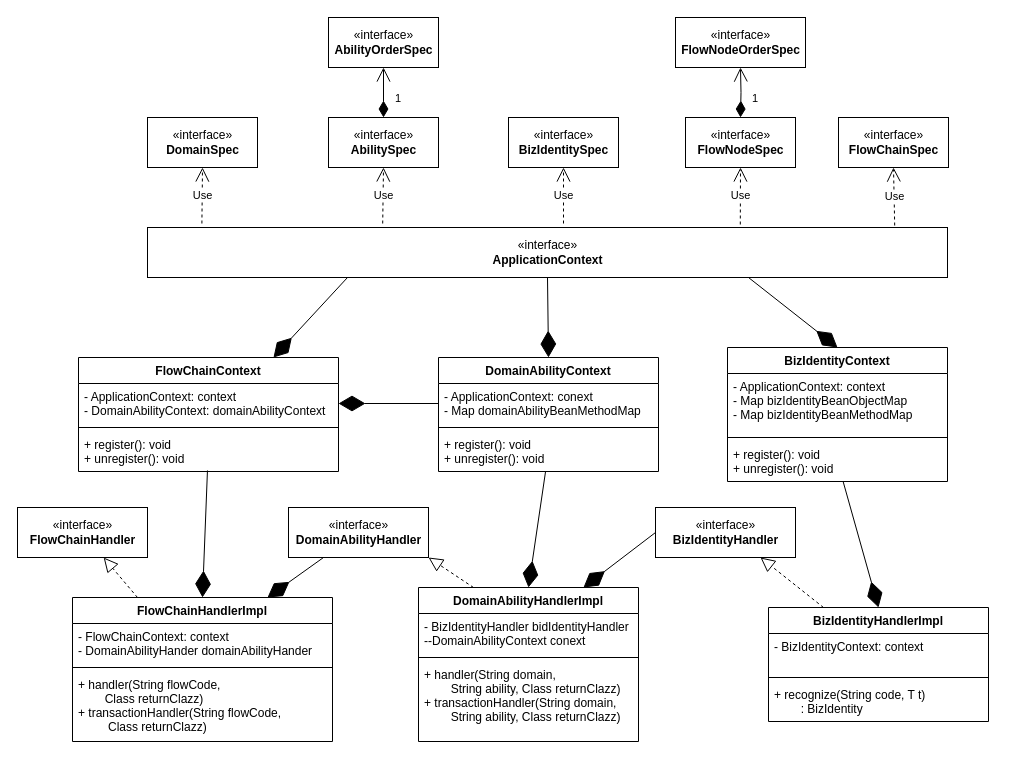
zzqfsy/zzqfsy.github.io keeps this draw.io diagram as draw.io/solf-class-graph.drawio. Above is the earlier version. Source tidied: cells renumbered, new cells numbered last; positions are measured from the earlier drawing's top-left corner, leaving out a move shared by most shapes. Both pictures are drawn from the tidied source at 100%, with x=0, y=0 at pixel (17, 17).
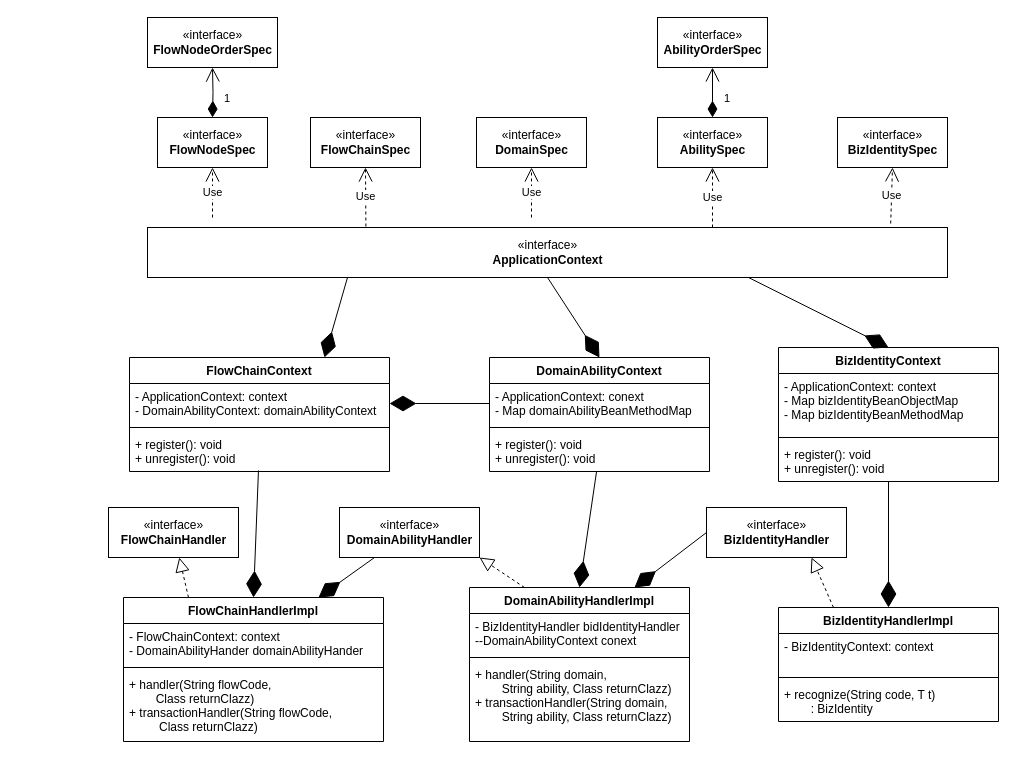
After the change.

Unchanged cells that the change refers to:
```xml
<mxCell id="7" value="«interface»&lt;br&gt;&lt;b&gt;ApplicationContext&lt;/b&gt;" style="html=1;" parent="1" vertex="1">
  <mxGeometry x="130" y="210" width="800" height="50" as="geometry" />
</mxCell>
```

Diff of the diagram source:
```diff
@@
     <mxCell id="2" value="«interface»&lt;br&gt;&lt;b&gt;AbilityOrderSpec&lt;/b&gt;" style="html=1;" parent="1" vertex="1">
-      <mxGeometry x="311" width="110" height="50" as="geometry" />
+      <mxGeometry x="640" width="110" height="50" as="geometry" />
     </mxCell>
     <mxCell id="3" value="«interface»&lt;br&gt;&lt;b&gt;AbilitySpec&lt;/b&gt;" style="html=1;" parent="1" vertex="1">
-      <mxGeometry x="311" y="100" width="110" height="50" as="geometry" />
+      <mxGeometry x="640" y="100" width="110" height="50" as="geometry" />
     </mxCell>
     <mxCell id="4" value="«interface»&lt;br&gt;&lt;b&gt;DomainSpec&lt;/b&gt;" style="html=1;" parent="1" vertex="1">
-      <mxGeometry x="130" y="100" width="110" height="50" as="geometry" />
+      <mxGeometry x="459" y="100" width="110" height="50" as="geometry" />
     </mxCell>
     <mxCell id="5" value="«interface»&lt;br&gt;&lt;b&gt;BizIdentitySpec&lt;/b&gt;" style="html=1;" parent="1" vertex="1">
-      <mxGeometry x="491" y="100" width="110" height="50" as="geometry" />
+      <mxGeometry x="820" y="100" width="110" height="50" as="geometry" />
     </mxCell>
@@
     <mxCell id="8" value="DomainAbilityContext" style="swimlane;fontStyle=1;align=center;verticalAlign=top;horizontal=1;startSize=26;" parent="1" vertex="1">
-      <mxGeometry x="421" y="340" width="220" height="114" as="geometry" />
+      <mxGeometry x="472" y="340" width="220" height="114" as="geometry" />
     </mxCell>
@@
     <mxCell id="12" value="BizIdentityContext" style="swimlane;fontStyle=1;align=center;verticalAlign=top;horizontal=1;startSize=26;" parent="1" vertex="1">
-      <mxGeometry x="710" y="330" width="220" height="134" as="geometry" />
+      <mxGeometry x="761" y="330" width="220" height="134" as="geometry" />
     </mxCell>
@@
     <mxCell id="16" value="DomainAbilityHandlerImpl" style="swimlane;fontStyle=1;align=center;verticalAlign=top;horizontal=1;startSize=26;" parent="1" vertex="1">
-      <mxGeometry x="401" y="570" width="220" height="154" as="geometry" />
+      <mxGeometry x="452" y="570" width="220" height="154" as="geometry" />
     </mxCell>
@@
     <mxCell id="20" value="BizIdentityHandlerImpl" style="swimlane;fontStyle=1;align=center;verticalAlign=top;horizontal=1;startSize=26;" parent="1" vertex="1">
-      <mxGeometry x="751" y="590" width="220" height="114" as="geometry" />
+      <mxGeometry x="761" y="590" width="220" height="114" as="geometry" />
     </mxCell>
@@
     <mxCell id="24" value="«interface»&lt;br&gt;&lt;b&gt;DomainAbilityHandler&lt;br&gt;&lt;/b&gt;" style="html=1;" parent="1" vertex="1">
-      <mxGeometry x="271" y="490" width="140" height="50" as="geometry" />
+      <mxGeometry x="322" y="490" width="140" height="50" as="geometry" />
     </mxCell>
     <mxCell id="25" value="«interface»&lt;br&gt;&lt;b&gt;BizIdentityHandler&lt;br&gt;&lt;/b&gt;" style="html=1;" parent="1" vertex="1">
-      <mxGeometry x="638" y="490" width="140" height="50" as="geometry" />
+      <mxGeometry x="689" y="490" width="140" height="50" as="geometry" />
     </mxCell>
@@
-    <mxCell id="31" value="Use" style="endArrow=open;endSize=12;dashed=1;html=1;rounded=0;exitX=0.068;exitY=-0.08;exitDx=0;exitDy=0;exitPerimeter=0;entryX=0.5;entryY=1;entryDx=0;entryDy=0;" parent="1" edge="1" source="7" target="4">
-      <mxGeometry relative="1" as="geometry" />
+    <mxCell id="31" value="Use" style="endArrow=open;endSize=12;dashed=1;html=1;rounded=0;entryX=0.5;entryY=1;entryDx=0;entryDy=0;" parent="1" edge="1" target="4">
+      <mxGeometry relative="1" as="geometry">
+        <mxPoint x="514" y="200" as="sourcePoint" />
+      </mxGeometry>
     </mxCell>
-    <mxCell id="32" value="Use" style="endArrow=open;endSize=12;dashed=1;html=1;rounded=0;exitX=0.294;exitY=-0.08;exitDx=0;exitDy=0;entryX=0.5;entryY=1;entryDx=0;entryDy=0;exitPerimeter=0;" parent="1" edge="1" source="7" target="3">
-      <mxGeometry relative="1" as="geometry" />
+    <mxCell id="32" value="Use" style="endArrow=open;endSize=12;dashed=1;html=1;rounded=0;entryX=0.5;entryY=1;entryDx=0;entryDy=0;" parent="1" edge="1" target="3">
+      <mxGeometry relative="1" as="geometry">
+        <mxPoint x="695" y="210" as="sourcePoint" />
+      </mxGeometry>
     </mxCell>
-    <mxCell id="33" value="Use" style="endArrow=open;endSize=12;dashed=1;html=1;rounded=0;exitX=0.52;exitY=-0.08;exitDx=0;exitDy=0;exitPerimeter=0;entryX=0.5;entryY=1;entryDx=0;entryDy=0;" parent="1" edge="1" source="7" target="5">
+    <mxCell id="33" value="Use" style="endArrow=open;endSize=12;dashed=1;html=1;rounded=0;exitX=0.929;exitY=-0.08;exitDx=0;exitDy=0;exitPerimeter=0;entryX=0.5;entryY=1;entryDx=0;entryDy=0;" parent="1" edge="1" source="7" target="5">
       <mxGeometry relative="1" as="geometry" />
     </mxCell>
@@
     <mxCell id="36" value="«interface»&lt;br&gt;&lt;b&gt;FlowNodeSpec&lt;/b&gt;" style="html=1;" parent="1" vertex="1">
-      <mxGeometry x="668" y="100" width="110" height="50" as="geometry" />
+      <mxGeometry x="140" y="100" width="110" height="50" as="geometry" />
     </mxCell>
     <mxCell id="37" value="«interface»&lt;br&gt;&lt;b&gt;FlowChainSpec&lt;/b&gt;" style="html=1;" parent="1" vertex="1">
-      <mxGeometry x="821" y="100" width="110" height="50" as="geometry" />
+      <mxGeometry x="293" y="100" width="110" height="50" as="geometry" />
     </mxCell>
     <mxCell id="38" value="«interface»&lt;br&gt;&lt;b&gt;FlowNodeOrderSpec&lt;/b&gt;" style="html=1;" parent="1" vertex="1">
-      <mxGeometry x="658" width="130" height="50" as="geometry" />
+      <mxGeometry x="130" width="130" height="50" as="geometry" />
     </mxCell>
     <mxCell id="39" value="1" style="endArrow=open;html=1;endSize=12;startArrow=diamondThin;startSize=14;startFill=1;edgeStyle=orthogonalEdgeStyle;align=left;verticalAlign=bottom;rounded=0;entryX=0.5;entryY=1;entryDx=0;entryDy=0;" parent="1" edge="1" target="38">
       <mxGeometry x="-0.6" y="-10" relative="1" as="geometry">
-        <mxPoint x="723" y="100" as="sourcePoint" />
+        <mxPoint x="195" y="100" as="sourcePoint" />
       </mxGeometry>
     </mxCell>
-    <mxCell id="40" value="Use" style="endArrow=open;endSize=12;dashed=1;html=1;rounded=0;exitX=0.741;exitY=-0.06;exitDx=0;exitDy=0;exitPerimeter=0;entryX=0.5;entryY=1;entryDx=0;entryDy=0;" parent="1" edge="1" source="7" target="36">
-      <mxGeometry relative="1" as="geometry" />
+    <mxCell id="40" value="Use" style="endArrow=open;endSize=12;dashed=1;html=1;rounded=0;entryX=0.5;entryY=1;entryDx=0;entryDy=0;" parent="1" edge="1" target="36">
+      <mxGeometry relative="1" as="geometry">
+        <mxPoint x="195" y="200" as="sourcePoint" />
+      </mxGeometry>
     </mxCell>
-    <mxCell id="41" value="Use" style="endArrow=open;endSize=12;dashed=1;html=1;rounded=0;exitX=0.934;exitY=-0.04;exitDx=0;exitDy=0;exitPerimeter=0;entryX=0.5;entryY=1;entryDx=0;entryDy=0;" parent="1" edge="1" source="7" target="37">
+    <mxCell id="41" value="Use" style="endArrow=open;endSize=12;dashed=1;html=1;rounded=0;exitX=0.273;exitY=-0.02;exitDx=0;exitDy=0;exitPerimeter=0;entryX=0.5;entryY=1;entryDx=0;entryDy=0;" parent="1" edge="1" source="7" target="37">
       <mxGeometry relative="1" as="geometry" />
     </mxCell>
     <mxCell id="42" value="FlowChainContext" style="swimlane;fontStyle=1;align=center;verticalAlign=top;horizontal=1;startSize=26;" parent="1" vertex="1">
-      <mxGeometry x="61" y="340" width="260" height="114" as="geometry" />
+      <mxGeometry x="112" y="340" width="260" height="114" as="geometry" />
     </mxCell>
@@
     <mxCell id="46" value="«interface»&lt;br&gt;&lt;b&gt;FlowChainHandler&lt;/b&gt;" style="html=1;" parent="1" vertex="1">
-      <mxGeometry y="490" width="130" height="50" as="geometry" />
+      <mxGeometry x="91" y="490" width="130" height="50" as="geometry" />
     </mxCell>
     <mxCell id="47" value="FlowChainHandlerImpl" style="swimlane;fontStyle=1;align=center;verticalAlign=top;horizontal=1;startSize=26;" parent="1" vertex="1">
-      <mxGeometry x="55" y="580" width="260" height="144" as="geometry" />
+      <mxGeometry x="106" y="580" width="260" height="144" as="geometry" />
     </mxCell>
```
